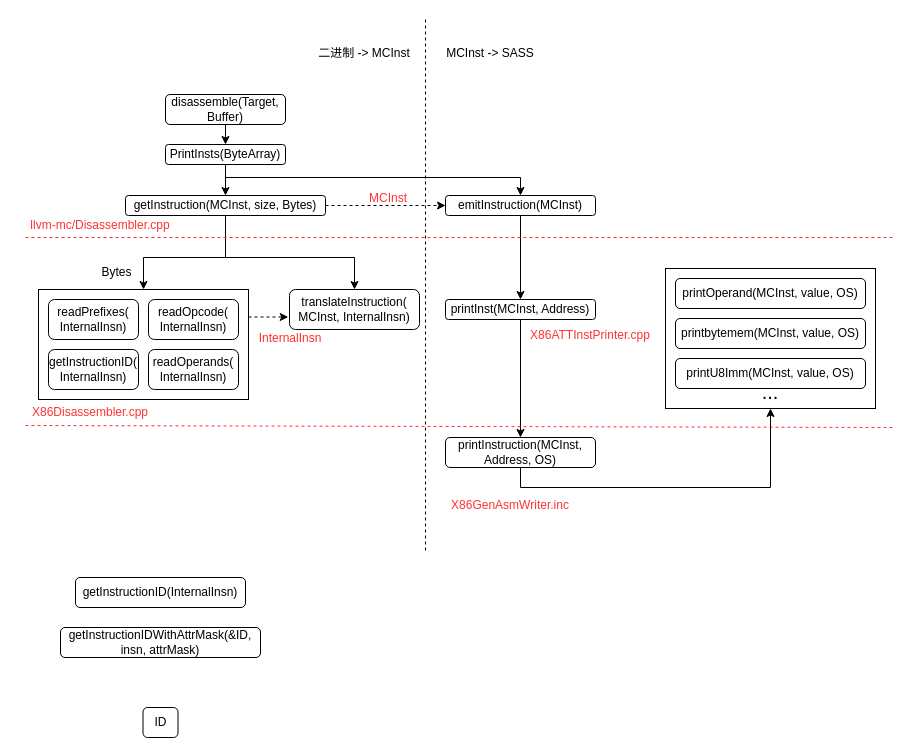
Above: llvm-mc 反汇编流程.drawio in liyp1120/draw.io (draw.io), before the change. Source tidied: cells renumbered, new cells numbered last; positions are measured from the earlier drawing's top-left corner, leaving out a move shared by most shapes. Both pictures are drawn from the tidied source at 100%, with x=0, y=0 at pixel (25, 17).
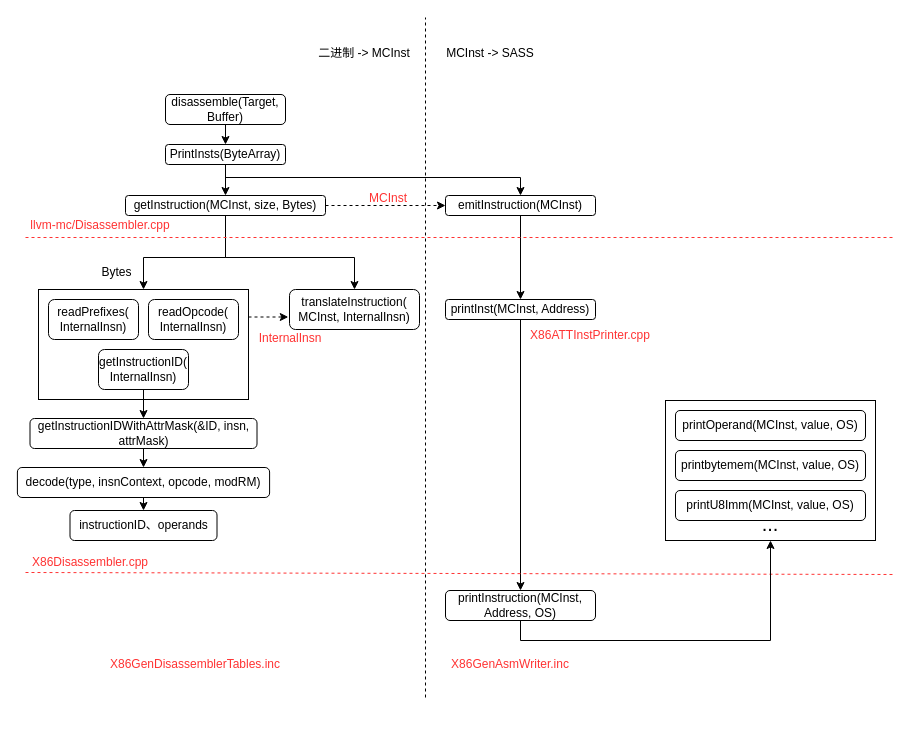
Above is the later version.

Commit message:
更新llvm-mc 反汇编流程.drawio

The change refers to these unchanged cells:
```xml
<mxCell id="18" style="group;strokeColor=default;" parent="1" vertex="1">
  <mxGeometry x="13" y="272" width="210" height="110" as="geometry" />
</mxCell>
```

Change to the diagram source:
```diff
@@
     <mxCell id="22" value="getInstructionID(&lt;br&gt;InternalInsn)" style="rounded=1;whiteSpace=wrap;html=1;fontSize=12;glass=0;strokeWidth=1;shadow=0;" parent="18" vertex="1">
-      <mxGeometry x="10" y="60" width="90" height="40" as="geometry" />
+      <mxGeometry x="60" y="60" width="90" height="40" as="geometry" />
     </mxCell>
-    <mxCell id="23" value="readOperands(&lt;br&gt;InternalInsn)" style="rounded=1;whiteSpace=wrap;html=1;fontSize=12;glass=0;strokeWidth=1;shadow=0;" parent="18" vertex="1">
-      <mxGeometry x="110" y="60" width="90" height="40" as="geometry" />
-    </mxCell>
@@
     <mxCell id="25" value="&lt;font color=&quot;#ff3333&quot;&gt;X86Disassembler.cpp&lt;/font&gt;" style="text;html=1;strokeColor=none;fillColor=none;align=center;verticalAlign=middle;whiteSpace=wrap;rounded=0;" parent="1" vertex="1">
-      <mxGeometry y="390" width="130" height="10" as="geometry" />
+      <mxGeometry y="540" width="130" height="10" as="geometry" />
     </mxCell>
@@
     <mxCell id="27" style="endArrow=none;dashed=1;html=1;rounded=0;strokeColor=#FF3333;" parent="1" edge="1">
       <mxGeometry relative="1" as="geometry">
-        <mxPoint y="408" as="sourcePoint" />
-        <mxPoint x="870" y="410" as="targetPoint" />
+        <mxPoint y="555" as="sourcePoint" />
+        <mxPoint x="870" y="557" as="targetPoint" />
       </mxGeometry>
     </mxCell>
@@
     <mxCell id="31" value="printInstruction(MCInst, Address, OS)" style="rounded=1;whiteSpace=wrap;html=1;fontSize=12;glass=0;strokeWidth=1;shadow=0;" parent="1" vertex="1">
-      <mxGeometry x="420" y="420" width="150" height="30" as="geometry" />
+      <mxGeometry x="420" y="573" width="150" height="30" as="geometry" />
     </mxCell>
@@
     <mxCell id="33" value="&lt;font color=&quot;#ff3333&quot;&gt;X86GenAsmWriter.inc&lt;/font&gt;" style="text;html=1;strokeColor=none;fillColor=none;align=center;verticalAlign=middle;whiteSpace=wrap;rounded=0;" parent="1" vertex="1">
-      <mxGeometry x="420" y="480" width="130" height="15" as="geometry" />
+      <mxGeometry x="420" y="639" width="130" height="15" as="geometry" />
     </mxCell>
     <mxCell id="34" style="group;" parent="1" vertex="1">
-      <mxGeometry x="640" y="251" width="210" height="140" as="geometry" />
+      <mxGeometry x="640" y="383" width="210" height="140" as="geometry" />
     </mxCell>
@@
     <mxCell id="40" style="endArrow=none;dashed=1;html=1;rounded=0;" parent="1" edge="1">
       <mxGeometry relative="1" as="geometry">
-        <mxPoint x="400" y="533" as="sourcePoint" />
+        <mxPoint x="400" y="680" as="sourcePoint" />
         <mxPoint x="400" as="targetPoint" />
       </mxGeometry>
     </mxCell>
@@
-    <mxCell id="43" value="getInstructionID(InternalInsn)" style="rounded=1;whiteSpace=wrap;html=1;fontSize=12;glass=0;strokeWidth=1;shadow=0;" parent="1" vertex="1">
-      <mxGeometry x="50" y="560" width="170" height="30" as="geometry" />
-    </mxCell>
+    <mxCell id="46" style="edgeStyle=orthogonalEdgeStyle;rounded=0;jettySize=auto;html=1;exitX=0.5;exitY=1;exitDx=0;exitDy=0;entryX=0.5;entryY=0;entryDx=0;entryDy=0;" parent="1" edge="1" source="44" target="45">
+      <mxGeometry relative="1" as="geometry" />
+    </mxCell>
     <mxCell id="44" value="getInstructionIDWithAttrMask(&amp;amp;ID, insn, attrMask)" style="rounded=1;whiteSpace=wrap;html=1;fontSize=12;glass=0;strokeWidth=1;shadow=0;" parent="1" vertex="1">
-      <mxGeometry x="35" y="610" width="200" height="30" as="geometry" />
+      <mxGeometry x="4.5" y="401" width="227" height="30" as="geometry" />
     </mxCell>
+    <mxCell id="47" style="edgeStyle=orthogonalEdgeStyle;rounded=0;jettySize=auto;html=1;exitX=0.5;exitY=1;exitDx=0;exitDy=0;entryX=0.5;entryY=0;entryDx=0;entryDy=0;" parent="1" edge="1" source="45" target="23">
+      <mxGeometry relative="1" as="geometry" />
+    </mxCell>
-    <mxCell id="45" value="ID" style="rounded=1;whiteSpace=wrap;html=1;fontSize=12;glass=0;strokeWidth=1;shadow=0;" parent="1" vertex="1">
-      <mxGeometry x="117.5" y="690" width="35" height="30" as="geometry" />
+    <mxCell id="45" value="decode(type, insnContext, opcode, modRM)" style="rounded=1;whiteSpace=wrap;html=1;fontSize=12;glass=0;strokeWidth=1;shadow=0;" parent="1" vertex="1">
+      <mxGeometry x="-8.1" y="450" width="252.2" height="30" as="geometry" />
     </mxCell>
+    <mxCell id="48" style="edgeStyle=orthogonalEdgeStyle;rounded=0;jettySize=auto;html=1;exitX=0.5;exitY=1;exitDx=0;exitDy=0;entryX=0.5;entryY=0;entryDx=0;entryDy=0;" parent="1" edge="1" source="22" target="44">
+      <mxGeometry relative="1" as="geometry" />
+    </mxCell>
+    <mxCell id="23" value="instructionID、operands" style="rounded=1;whiteSpace=wrap;html=1;fontSize=12;glass=0;strokeWidth=1;shadow=0;" parent="1" vertex="1">
+      <mxGeometry x="44.5" y="493" width="147" height="30" as="geometry" />
+    </mxCell>
+    <mxCell id="49" value="&lt;font color=&quot;#ff3333&quot;&gt;X86GenDisassemblerTables.inc&lt;/font&gt;" style="text;html=1;strokeColor=none;fillColor=none;align=center;verticalAlign=middle;whiteSpace=wrap;rounded=0;" parent="1" vertex="1">
+      <mxGeometry x="80" y="639" width="180" height="15" as="geometry" />
+    </mxCell>
```
